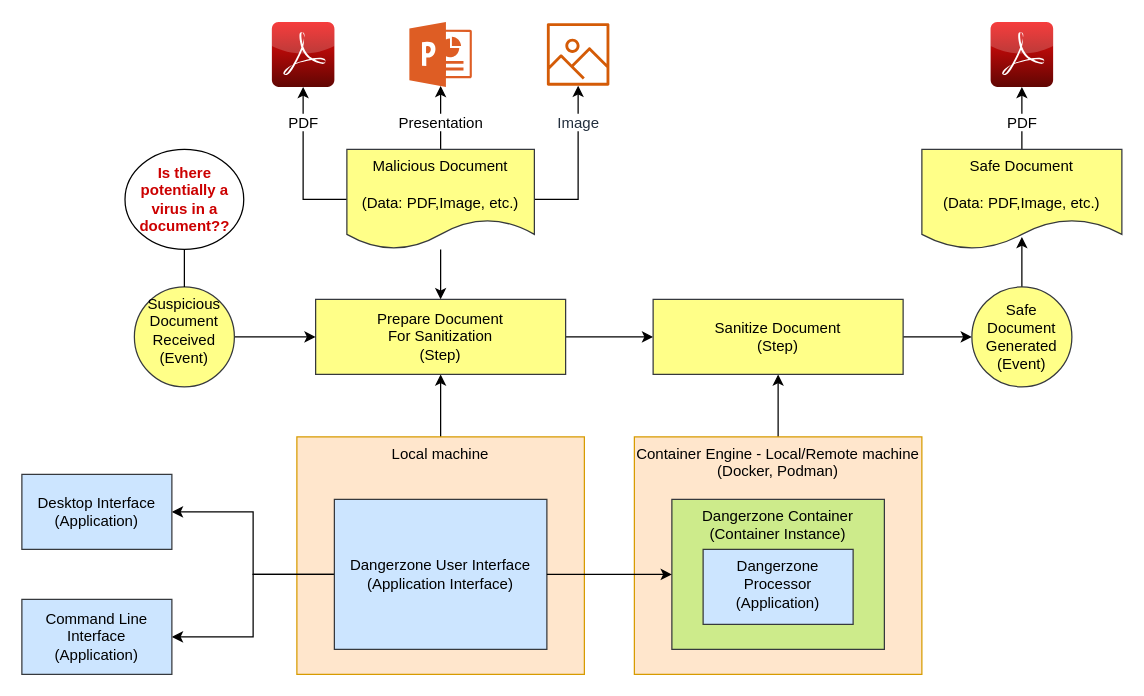
The draw.io diagram screenshots/image.drawio in rimerosolutions/entrusted, before the edit. Source tidied: cells renumbered, new cells numbered last; positions are measured from the earlier drawing's top-left corner, leaving out a move shared by most shapes. Both pictures are drawn from the tidied source at 125%, with x=0, y=0 at pixel (21, 21).
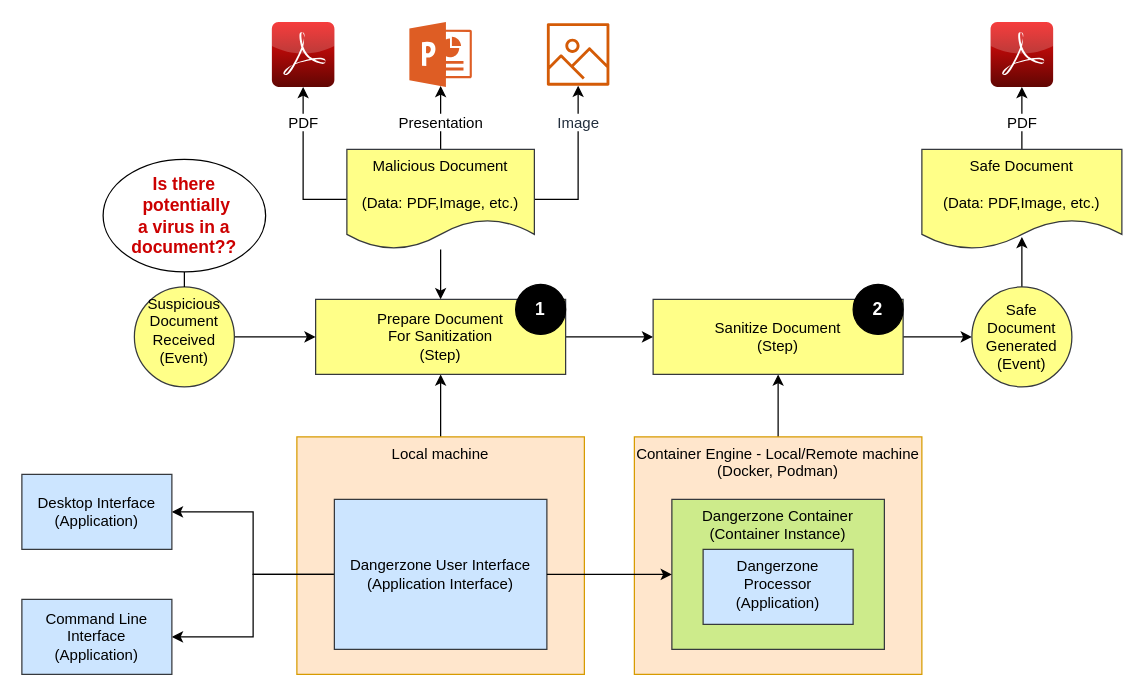
Above is the later version.

Change to the diagram source:
```diff
@@
-    <mxCell id="33" value="Is there potentially a virus in a document??" style="ellipse;whiteSpace=wrap;html=1;labelBackgroundColor=none;verticalAlign=middle;fontColor=#CC0000;fontStyle=1;" parent="1" vertex="1">
-      <mxGeometry x="82.5" y="102" width="95" height="80" as="geometry" />
+    <mxCell id="33" value="Is there&lt;br style=&quot;font-size: 14px&quot;&gt;&amp;nbsp;potentially &lt;br&gt;a virus in a document??" style="ellipse;whiteSpace=wrap;html=1;labelBackgroundColor=none;verticalAlign=middle;fontColor=#CC0000;fontStyle=1;fontSize=14;" parent="1" vertex="1">
+      <mxGeometry x="65" y="110" width="130" height="90" as="geometry" />
     </mxCell>
@@
+    <mxCell id="35" value="2" style="ellipse;whiteSpace=wrap;html=1;labelBackgroundColor=#000000;fontColor=#FFFFFF;verticalAlign=middle;fillColor=#000000;fontStyle=1;fontSize=14;" parent="1" vertex="1">
+      <mxGeometry x="665" y="210" width="40" height="40" as="geometry" />
+    </mxCell>
+    <mxCell id="36" value="1" style="ellipse;whiteSpace=wrap;html=1;labelBackgroundColor=#000000;fontColor=#FFFFFF;verticalAlign=middle;fillColor=#000000;fontStyle=1;fontSize=14;" parent="1" vertex="1">
+      <mxGeometry x="395" y="210" width="40" height="40" as="geometry" />
+    </mxCell>
```
